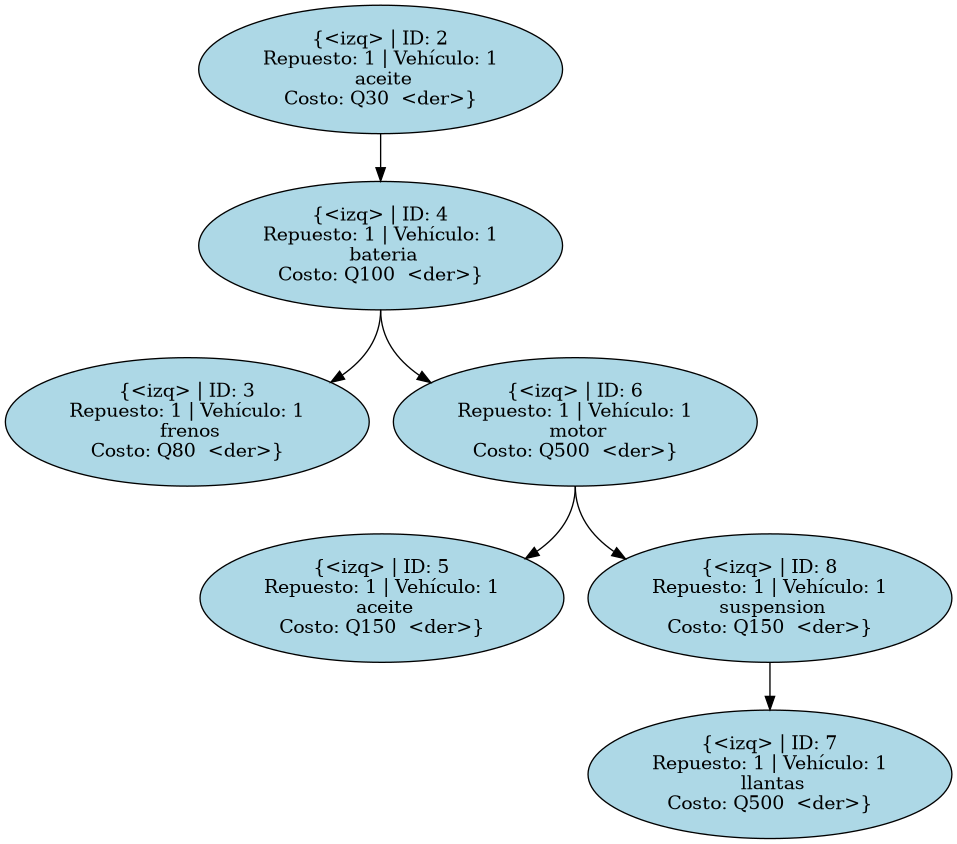
Before: Fase_2/AutoGestPro/AutoGestPro/Reports/servicios_0.png, a diagram exported from Graphviz (Santiago78op/EDD_1S2025_201905884). Its source is kept beside it as Fase_2/AutoGestPro/AutoGestPro/Reports/servicios_0.dot. The source it was exported from:
```dot
digraph Servicios {
node [shape=ellipse, style=filled, fillcolor=lightblue];
S2 [label="{<izq> | ID: 2\nRepuesto: 1 | Vehículo: 1\n aceite\nCosto: Q30  <der>}"]
S2:s -> S4
S4 [label="{<izq> | ID: 4\nRepuesto: 1 | Vehículo: 1\n bateria\nCosto: Q100  <der>}"]
S4:s -> S3
S3 [label="{<izq> | ID: 3\nRepuesto: 1 | Vehículo: 1\n frenos\nCosto: Q80  <der>}"]
S4:s -> S6
S6 [label="{<izq> | ID: 6\nRepuesto: 1 | Vehículo: 1\n motor\nCosto: Q500  <der>}"]
S6:s -> S5
S5 [label="{<izq> | ID: 5\nRepuesto: 1 | Vehículo: 1\n aceite\nCosto: Q150  <der>}"]
S6:s -> S8
S8 [label="{<izq> | ID: 8\nRepuesto: 1 | Vehículo: 1\n suspension\nCosto: Q150  <der>}"]
S8:s -> S7
S7 [label="{<izq> | ID: 7\nRepuesto: 1 | Vehículo: 1\n llantas\nCosto: Q500  <der>}"]
}
```
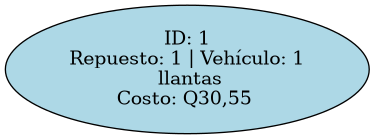
After the commit.

Change to the diagram source:
```diff
@@ -1,16 +1,4 @@
 digraph Servicios {
 node [shape=ellipse, style=filled, fillcolor=lightblue];
-S2 [label="{<izq> | ID: 2\nRepuesto: 1 | Vehículo: 1\n aceite\nCosto: Q30  <der>}"]
-S2:s -> S4
-S4 [label="{<izq> | ID: 4\nRepuesto: 1 | Vehículo: 1\n bateria\nCosto: Q100  <der>}"]
-S4:s -> S3
-S3 [label="{<izq> | ID: 3\nRepuesto: 1 | Vehículo: 1\n frenos\nCosto: Q80  <der>}"]
-S4:s -> S6
-S6 [label="{<izq> | ID: 6\nRepuesto: 1 | Vehículo: 1\n motor\nCosto: Q500  <der>}"]
-S6:s -> S5
-S5 [label="{<izq> | ID: 5\nRepuesto: 1 | Vehículo: 1\n aceite\nCosto: Q150  <der>}"]
-S6:s -> S8
-S8 [label="{<izq> | ID: 8\nRepuesto: 1 | Vehículo: 1\n suspension\nCosto: Q150  <der>}"]
-S8:s -> S7
-S7 [label="{<izq> | ID: 7\nRepuesto: 1 | Vehículo: 1\n llantas\nCosto: Q500  <der>}"]
+S1 [label="ID: 1\nRepuesto: 1 | Vehículo: 1\n llantas\nCosto: Q30,55 "]
 }
```
